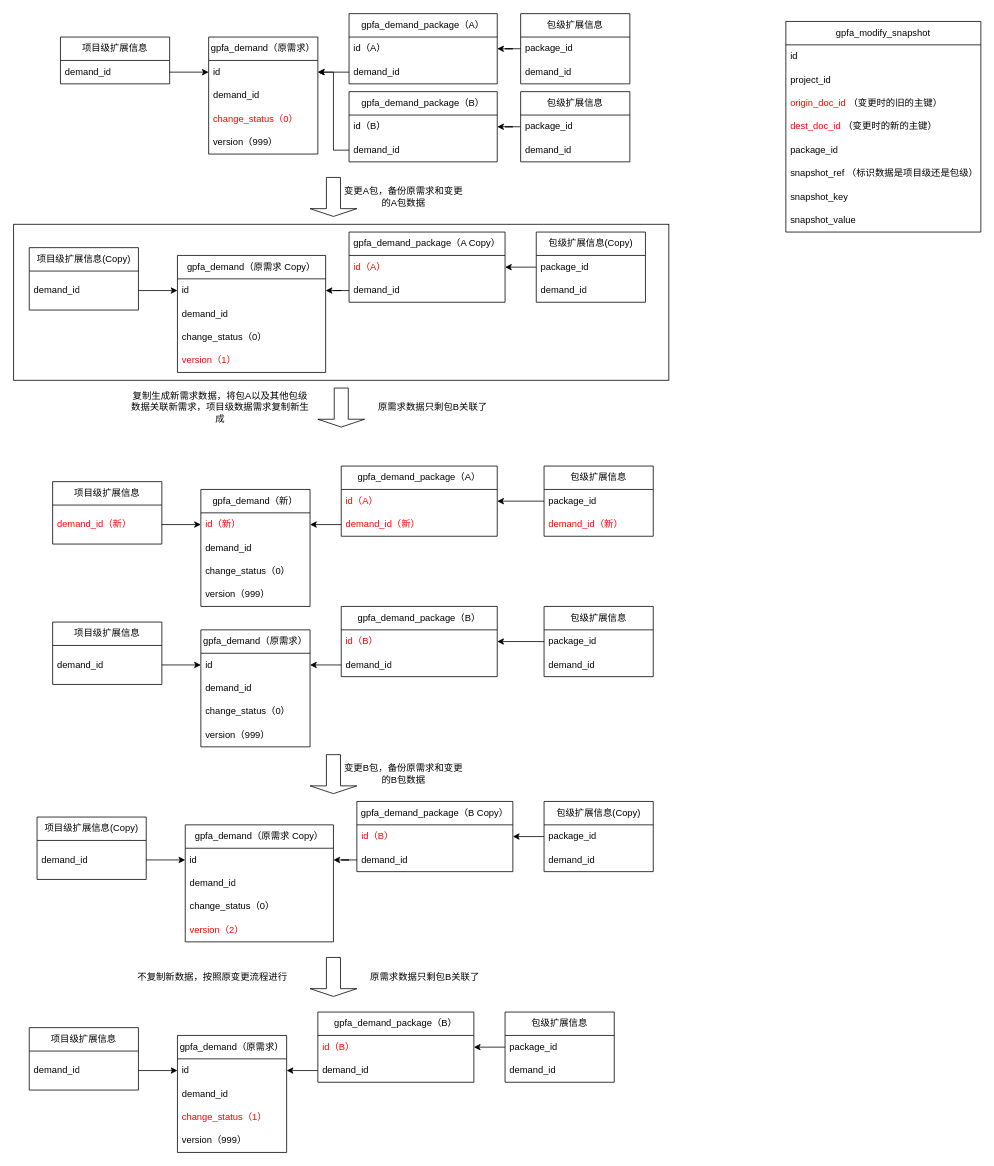
Above: open_modify.drawio in dernight1/draw.io (draw.io), before the change. Source tidied: cells renumbered, new cells numbered last; positions are measured from the earlier drawing's top-left corner, leaving out a move shared by most shapes. Both pictures are drawn from the tidied source at 78%, with x=0, y=0 at pixel (13, 13).
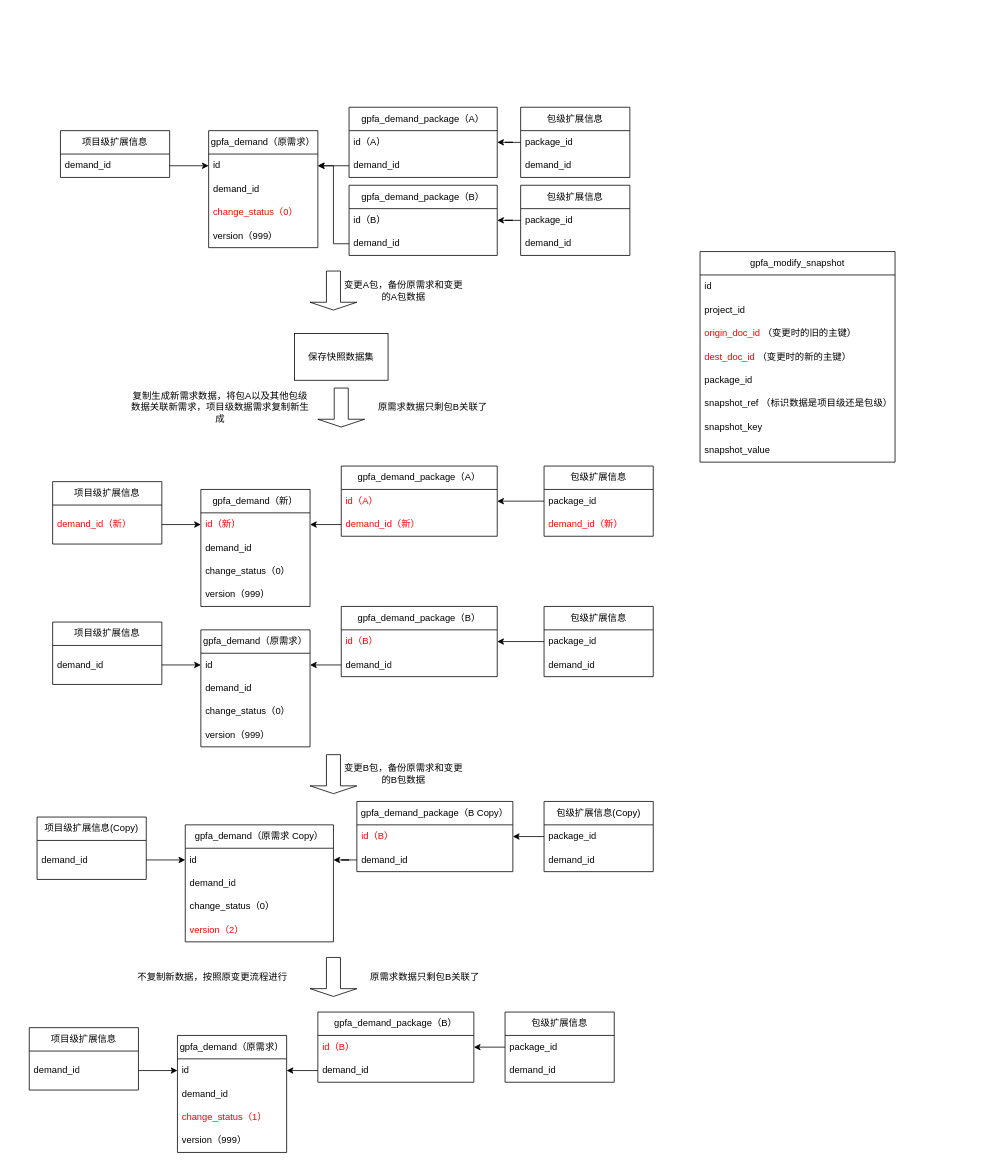
After the change.

The edit, as a diff of the source:
```diff
@@
-    <mxCell id="2" style="rounded=0;whiteSpace=wrap;html=1;" parent="1" vertex="1">
-      <mxGeometry y="270" width="840" height="200" as="geometry" />
-    </mxCell>
     <mxCell id="3" value="gpfa_demand（原需求）" style="swimlane;fontStyle=0;horizontal=1;startSize=30;whiteSpace=wrap;html=1;" parent="1" vertex="1">
-      <mxGeometry x="250" y="30" width="140" height="150" as="geometry" />
+      <mxGeometry x="250" y="150" width="140" height="150" as="geometry" />
     </mxCell>
@@
     <mxCell id="8" value="gpfa_demand_package（A）" style="swimlane;fontStyle=0;horizontal=1;startSize=30;whiteSpace=wrap;html=1;" parent="1" vertex="1">
-      <mxGeometry x="430" width="190" height="90" as="geometry" />
+      <mxGeometry x="430" y="120" width="190" height="90" as="geometry" />
     </mxCell>
@@
     <mxCell id="11" value="包级扩展信息" style="swimlane;fontStyle=0;horizontal=1;startSize=30;whiteSpace=wrap;html=1;" parent="1" vertex="1">
-      <mxGeometry x="650" width="140" height="90" as="geometry" />
+      <mxGeometry x="650" y="120" width="140" height="90" as="geometry" />
     </mxCell>
@@
     <mxCell id="14" value="项目级扩展信息" style="swimlane;fontStyle=0;horizontal=1;startSize=30;whiteSpace=wrap;html=1;" parent="1" vertex="1">
-      <mxGeometry x="60" y="30" width="140" height="60" as="geometry" />
+      <mxGeometry x="60" y="150" width="140" height="60" as="geometry" />
     </mxCell>
@@
     <mxCell id="35" value="gpfa_demand_package（B）" style="swimlane;fontStyle=0;horizontal=1;startSize=30;whiteSpace=wrap;html=1;" parent="1" vertex="1">
-      <mxGeometry x="430" y="100" width="190" height="90" as="geometry" />
+      <mxGeometry x="430" y="220" width="190" height="90" as="geometry" />
     </mxCell>
@@
     <mxCell id="38" value="包级扩展信息" style="swimlane;fontStyle=0;horizontal=1;startSize=30;whiteSpace=wrap;html=1;" parent="1" vertex="1">
-      <mxGeometry x="650" y="100" width="140" height="90" as="geometry" />
+      <mxGeometry x="650" y="220" width="140" height="90" as="geometry" />
     </mxCell>
@@
-    <mxCell id="59" value="gpfa_demand（原需求 Copy）" style="swimlane;fontStyle=0;horizontal=1;startSize=30;whiteSpace=wrap;html=1;" parent="1" vertex="1">
-      <mxGeometry x="210" y="310" width="190" height="150" as="geometry" />
-    </mxCell>
-    <mxCell id="60" value="id" style="text;strokeColor=none;fillColor=none;align=left;verticalAlign=middle;spacingLeft=4;spacingRight=4;overflow=hidden;points=[[0,0.5],[1,0.5]];portConstraint=eastwest;whiteSpace=wrap;html=1;" parent="59" vertex="1">
-      <mxGeometry y="30" width="190" height="30" as="geometry" />
-    </mxCell>
-    <mxCell id="61" value="&lt;div&gt;demand_id&lt;/div&gt;" style="text;strokeColor=none;fillColor=none;align=left;verticalAlign=middle;spacingLeft=4;spacingRight=4;overflow=hidden;whiteSpace=wrap;html=1;" parent="59" vertex="1">
-      <mxGeometry y="60" width="190" height="30" as="geometry" />
-    </mxCell>
-    <mxCell id="62" value="change_status（0）" style="text;strokeColor=none;fillColor=none;align=left;verticalAlign=middle;spacingLeft=4;spacingRight=4;overflow=hidden;whiteSpace=wrap;html=1;" parent="59" vertex="1">
-      <mxGeometry y="90" width="190" height="30" as="geometry" />
-    </mxCell>
-    <mxCell id="63" value="&lt;font color=&quot;#ff0000&quot;&gt;version（1）&lt;/font&gt;" style="text;strokeColor=none;fillColor=none;align=left;verticalAlign=middle;spacingLeft=4;spacingRight=4;overflow=hidden;whiteSpace=wrap;html=1;" parent="59" vertex="1">
-      <mxGeometry y="120" width="190" height="30" as="geometry" />
-    </mxCell>
-    <mxCell id="64" value="gpfa_demand_package（A Copy）" style="swimlane;fontStyle=0;horizontal=1;startSize=30;whiteSpace=wrap;html=1;" parent="1" vertex="1">
-      <mxGeometry x="430" y="280" width="200" height="90" as="geometry" />
-    </mxCell>
-    <mxCell id="65" value="&lt;font color=&quot;#ff0000&quot;&gt;id（A）&lt;/font&gt;" style="text;strokeColor=none;fillColor=none;align=left;verticalAlign=middle;spacingLeft=4;spacingRight=4;overflow=hidden;points=[[0,0.5],[1,0.5]];portConstraint=eastwest;whiteSpace=wrap;html=1;" parent="64" vertex="1">
-      <mxGeometry y="30" width="200" height="30" as="geometry" />
-    </mxCell>
-    <mxCell id="66" value="&lt;div&gt;demand_id&lt;/div&gt;" style="text;strokeColor=none;fillColor=none;align=left;verticalAlign=middle;spacingLeft=4;spacingRight=4;overflow=hidden;points=[[0,0.5],[1,0.5]];portConstraint=eastwest;whiteSpace=wrap;html=1;" parent="64" vertex="1">
-      <mxGeometry y="60" width="200" height="30" as="geometry" />
-    </mxCell>
-    <mxCell id="67" value="包级扩展信息(Copy)" style="swimlane;fontStyle=0;horizontal=1;startSize=30;whiteSpace=wrap;html=1;" parent="1" vertex="1">
-      <mxGeometry x="670" y="280" width="140" height="90" as="geometry" />
-    </mxCell>
-    <mxCell id="68" value="package_id" style="text;strokeColor=none;fillColor=none;align=left;verticalAlign=middle;spacingLeft=4;spacingRight=4;overflow=hidden;points=[[0,0.5],[1,0.5]];portConstraint=eastwest;whiteSpace=wrap;html=1;" parent="67" vertex="1">
-      <mxGeometry y="30" width="140" height="30" as="geometry" />
-    </mxCell>
-    <mxCell id="69" value="&lt;div&gt;demand_id&lt;/div&gt;" style="text;strokeColor=none;fillColor=none;align=left;verticalAlign=middle;spacingLeft=4;spacingRight=4;overflow=hidden;whiteSpace=wrap;html=1;" parent="67" vertex="1">
-      <mxGeometry y="60" width="140" height="30" as="geometry" />
-    </mxCell>
-    <mxCell id="70" value="项目级扩展信息(Copy)" style="swimlane;fontStyle=0;horizontal=1;startSize=30;whiteSpace=wrap;html=1;" parent="1" vertex="1">
-      <mxGeometry x="20" y="300" width="140" height="80" as="geometry" />
-    </mxCell>
-    <mxCell id="71" value="&lt;div&gt;demand_id&lt;/div&gt;" style="text;strokeColor=none;fillColor=none;align=left;verticalAlign=middle;spacingLeft=4;spacingRight=4;overflow=hidden;points=[[0,0.5],[1,0.5]];portConstraint=eastwest;whiteSpace=wrap;html=1;" parent="70" vertex="1">
-      <mxGeometry y="30" width="140" height="50" as="geometry" />
-    </mxCell>
-    <mxCell id="72" style="edgeStyle=orthogonalEdgeStyle;rounded=0;jettySize=auto;html=1;" parent="1" edge="1" source="71" target="60">
-      <mxGeometry relative="1" as="geometry" />
-    </mxCell>
-    <mxCell id="73" style="edgeStyle=orthogonalEdgeStyle;rounded=0;jettySize=auto;html=1;entryX=1;entryY=0.5;entryDx=0;entryDy=0;" parent="1" edge="1" source="66" target="60">
-      <mxGeometry relative="1" as="geometry" />
-    </mxCell>
-    <mxCell id="74" style="edgeStyle=orthogonalEdgeStyle;rounded=0;jettySize=auto;html=1;" parent="1" edge="1" source="68" target="65">
-      <mxGeometry relative="1" as="geometry" />
-    </mxCell>
     <mxCell id="75" style="shape=singleArrow;direction=south;whiteSpace=wrap;html=1;" parent="1" vertex="1">
-      <mxGeometry x="380" y="210" width="60" height="50" as="geometry" />
+      <mxGeometry x="380" y="330" width="60" height="50" as="geometry" />
     </mxCell>
@@
     <mxCell id="77" value="变更A包，备份原需求和变更的A包数据" style="text;html=1;align=center;verticalAlign=middle;whiteSpace=wrap;rounded=0;" parent="1" vertex="1">
-      <mxGeometry x="420" y="220" width="160" height="30" as="geometry" />
+      <mxGeometry x="420" y="340" width="160" height="30" as="geometry" />
     </mxCell>
@@
     <mxCell id="117" value="gpfa_modify_snapshot" style="swimlane;fontStyle=0;horizontal=1;startSize=30;whiteSpace=wrap;html=1;" parent="1" vertex="1">
-      <mxGeometry x="990" y="10" width="250" height="270" as="geometry" />
+      <mxGeometry x="880" y="305" width="250" height="270" as="geometry" />
     </mxCell>
@@
+    <mxCell id="126" value="保存快照数据集" style="rounded=0;whiteSpace=wrap;html=1;" parent="1" vertex="1">
+      <mxGeometry x="360" y="410" width="120" height="60" as="geometry" />
+    </mxCell>
```
